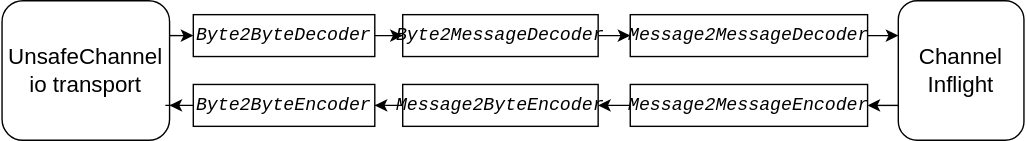
Before: docs/_assets/images/channel_handler_types.drawio.svg, a diagram exported from draw.io (otavia-projects/otavia). Source tidied: cells renumbered, new cells last; positions are measured from the earlier drawing's top-left corner, leaving out a move shared by most shapes.
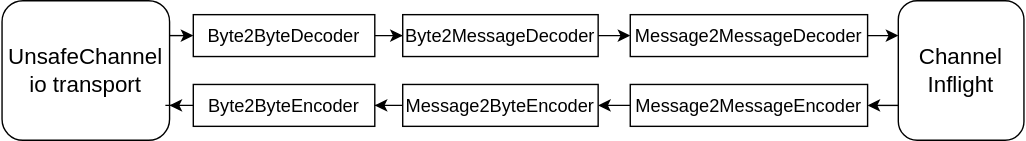
After the change.

Commit message:
adjust graph

The edit, as a diff of the source:
```diff
@@ -11,37 +11,37 @@
     <mxCell id="4" style="edgeStyle=orthogonalEdgeStyle;rounded=0;jettySize=auto;html=1;fontSize=16;fontColor=#000000;" parent="1" edge="1" source="5" target="9">
       <mxGeometry relative="1" as="geometry" />
     </mxCell>
-    <mxCell id="5" value="&lt;div style=&quot;font-family: &amp;quot;JetBrains Mono&amp;quot;, monospace; font-size: 9.8pt;&quot;&gt;&lt;div style=&quot;font-size: 9.8pt;&quot;&gt;&lt;span style=&quot;font-style: italic;&quot;&gt;Byte2ByteDecoder&lt;/span&gt;&lt;/div&gt;&lt;/div&gt;" style="rounded=0;whiteSpace=wrap;html=1;fontSize=16;" parent="1" vertex="1">
+    <mxCell id="5" value="&lt;div style=&quot;font-size: 9.8pt;&quot;&gt;&lt;div style=&quot;font-size: 9.8pt;&quot;&gt;Byte2ByteDecoder&lt;/div&gt;&lt;/div&gt;" style="rounded=0;whiteSpace=wrap;html=1;fontSize=16;" parent="1" vertex="1">
       <mxGeometry x="137" y="10" width="130" height="30" as="geometry" />
     </mxCell>
     <mxCell id="6" style="edgeStyle=orthogonalEdgeStyle;rounded=0;jettySize=auto;html=1;entryX=1;entryY=0.75;entryDx=0;entryDy=0;fontSize=16;fontColor=#000000;" parent="1" edge="1" source="7" target="3">
       <mxGeometry relative="1" as="geometry" />
     </mxCell>
-    <mxCell id="7" value="&lt;div style=&quot;font-family: &amp;quot;JetBrains Mono&amp;quot;, monospace; font-size: 9.8pt;&quot;&gt;&lt;div style=&quot;font-size: 9.8pt;&quot;&gt;&lt;div style=&quot;font-size: 9.8pt;&quot;&gt;&lt;span style=&quot;font-style: italic;&quot;&gt;Byte2ByteEncoder&lt;/span&gt;&lt;/div&gt;&lt;/div&gt;&lt;/div&gt;" style="rounded=0;whiteSpace=wrap;html=1;fontSize=16;" parent="1" vertex="1">
+    <mxCell id="7" value="&lt;div style=&quot;font-size: 9.8pt;&quot;&gt;&lt;div style=&quot;font-size: 9.8pt;&quot;&gt;&lt;div style=&quot;font-size: 9.8pt;&quot;&gt;Byte2ByteEncoder&lt;/div&gt;&lt;/div&gt;&lt;/div&gt;" style="rounded=0;whiteSpace=wrap;html=1;fontSize=16;" parent="1" vertex="1">
       <mxGeometry x="137" y="60" width="130" height="30" as="geometry" />
     </mxCell>
     <mxCell id="8" style="edgeStyle=orthogonalEdgeStyle;rounded=0;jettySize=auto;html=1;entryX=0;entryY=0.5;entryDx=0;entryDy=0;fontSize=16;fontColor=#000000;" parent="1" edge="1" source="9" target="13">
       <mxGeometry relative="1" as="geometry" />
     </mxCell>
-    <mxCell id="9" value="&lt;div style=&quot;font-family: &amp;quot;JetBrains Mono&amp;quot;, monospace; font-size: 9.8pt;&quot;&gt;&lt;div style=&quot;font-size: 9.8pt;&quot;&gt;&lt;div style=&quot;font-size: 9.8pt;&quot;&gt;&lt;span style=&quot;font-style: italic;&quot;&gt;Byte2MessageDecoder&lt;/span&gt;&lt;/div&gt;&lt;/div&gt;&lt;/div&gt;" style="rounded=0;whiteSpace=wrap;html=1;fontSize=16;" parent="1" vertex="1">
+    <mxCell id="9" value="&lt;div style=&quot;font-size: 9.8pt;&quot;&gt;&lt;div style=&quot;font-size: 9.8pt;&quot;&gt;&lt;div style=&quot;font-size: 9.8pt;&quot;&gt;Byte2MessageDecoder&lt;/div&gt;&lt;/div&gt;&lt;/div&gt;" style="rounded=0;whiteSpace=wrap;html=1;fontSize=16;" parent="1" vertex="1">
       <mxGeometry x="287" y="10" width="140" height="30" as="geometry" />
     </mxCell>
     <mxCell id="10" style="edgeStyle=orthogonalEdgeStyle;rounded=0;jettySize=auto;html=1;fontSize=16;fontColor=#000000;" parent="1" edge="1" source="11" target="7">
       <mxGeometry relative="1" as="geometry" />
     </mxCell>
-    <mxCell id="11" value="&lt;div style=&quot;font-family: &amp;quot;JetBrains Mono&amp;quot;, monospace; font-size: 9.8pt;&quot;&gt;&lt;div style=&quot;font-size: 9.8pt;&quot;&gt;&lt;div style=&quot;font-size: 9.8pt;&quot;&gt;&lt;div style=&quot;font-size: 9.8pt;&quot;&gt;&lt;span style=&quot;font-style: italic;&quot;&gt;Message2ByteEncoder&lt;/span&gt;&lt;/div&gt;&lt;/div&gt;&lt;/div&gt;&lt;/div&gt;" style="rounded=0;whiteSpace=wrap;html=1;fontSize=16;" parent="1" vertex="1">
+    <mxCell id="11" value="&lt;div style=&quot;font-size: 9.8pt;&quot;&gt;&lt;div style=&quot;font-size: 9.8pt;&quot;&gt;&lt;div style=&quot;font-size: 9.8pt;&quot;&gt;&lt;div style=&quot;font-size: 9.8pt;&quot;&gt;Message2ByteEncoder&lt;/div&gt;&lt;/div&gt;&lt;/div&gt;&lt;/div&gt;" style="rounded=0;whiteSpace=wrap;html=1;fontSize=16;" parent="1" vertex="1">
       <mxGeometry x="287" y="60" width="140" height="30" as="geometry" />
     </mxCell>
     <mxCell id="12" style="edgeStyle=orthogonalEdgeStyle;rounded=0;jettySize=auto;html=1;entryX=0;entryY=0.25;entryDx=0;entryDy=0;fontSize=16;fontColor=#000000;" parent="1" edge="1" source="13" target="17">
       <mxGeometry relative="1" as="geometry" />
     </mxCell>
-    <mxCell id="13" value="&lt;div style=&quot;font-family: &amp;quot;JetBrains Mono&amp;quot;, monospace; font-size: 9.8pt;&quot;&gt;&lt;div style=&quot;font-size: 9.8pt;&quot;&gt;&lt;div style=&quot;font-size: 9.8pt;&quot;&gt;&lt;div style=&quot;font-size: 9.8pt;&quot;&gt;&lt;span style=&quot;font-style: italic;&quot;&gt;Message2MessageDecoder&lt;/span&gt;&lt;/div&gt;&lt;/div&gt;&lt;/div&gt;&lt;/div&gt;" style="rounded=0;whiteSpace=wrap;html=1;fontSize=16;" parent="1" vertex="1">
+    <mxCell id="13" value="&lt;div style=&quot;font-size: 9.8pt;&quot;&gt;&lt;div style=&quot;font-size: 9.8pt;&quot;&gt;&lt;div style=&quot;font-size: 9.8pt;&quot;&gt;&lt;div style=&quot;font-size: 9.8pt;&quot;&gt;Message2MessageDecoder&lt;/div&gt;&lt;/div&gt;&lt;/div&gt;&lt;/div&gt;" style="rounded=0;whiteSpace=wrap;html=1;fontSize=16;" parent="1" vertex="1">
       <mxGeometry x="450" y="10" width="170" height="30" as="geometry" />
     </mxCell>
     <mxCell id="14" style="edgeStyle=orthogonalEdgeStyle;rounded=0;jettySize=auto;html=1;entryX=1;entryY=0.5;entryDx=0;entryDy=0;fontSize=16;fontColor=#000000;" parent="1" edge="1" source="15" target="11">
       <mxGeometry relative="1" as="geometry" />
     </mxCell>
-    <mxCell id="15" value="&lt;div style=&quot;font-family: &amp;quot;JetBrains Mono&amp;quot;, monospace; font-size: 9.8pt;&quot;&gt;&lt;div style=&quot;font-size: 9.8pt;&quot;&gt;&lt;div style=&quot;font-size: 9.8pt;&quot;&gt;&lt;div style=&quot;font-size: 9.8pt;&quot;&gt;&lt;div style=&quot;font-size: 9.8pt;&quot;&gt;&lt;span style=&quot;font-style: italic;&quot;&gt;Message2MessageEncoder&lt;/span&gt;&lt;/div&gt;&lt;/div&gt;&lt;/div&gt;&lt;/div&gt;&lt;/div&gt;" style="rounded=0;whiteSpace=wrap;html=1;fontSize=16;" parent="1" vertex="1">
+    <mxCell id="15" value="&lt;div style=&quot;font-size: 9.8pt;&quot;&gt;&lt;div style=&quot;font-size: 9.8pt;&quot;&gt;&lt;div style=&quot;font-size: 9.8pt;&quot;&gt;&lt;div style=&quot;font-size: 9.8pt;&quot;&gt;&lt;div style=&quot;font-size: 9.8pt;&quot;&gt;Message2MessageEncoder&lt;/div&gt;&lt;/div&gt;&lt;/div&gt;&lt;/div&gt;&lt;/div&gt;" style="rounded=0;whiteSpace=wrap;html=1;fontSize=16;" parent="1" vertex="1">
       <mxGeometry x="450" y="60" width="170" height="30" as="geometry" />
     </mxCell>
     <mxCell id="16" style="edgeStyle=orthogonalEdgeStyle;rounded=0;jettySize=auto;html=1;entryX=1;entryY=0.5;entryDx=0;entryDy=0;fontSize=16;fontColor=#000000;exitX=0;exitY=0.75;exitDx=0;exitDy=0;" parent="1" edge="1" source="17" target="15">
```
